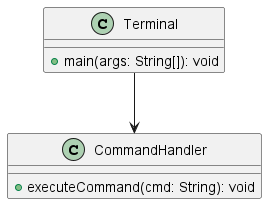
Before: docs/uml/diagrama.png, a diagram exported from PlantUML (nashnaeu/projeto-terminal-java).
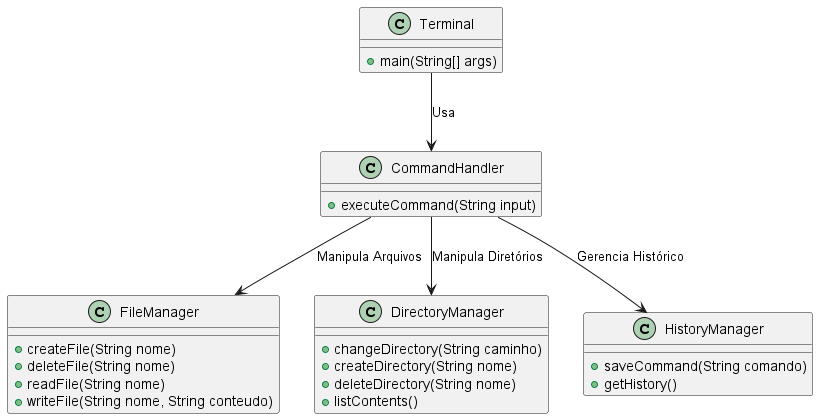
Above is the later version.

Commit message:
Att. README.md<Diagrama De Classe Final.1>

What changed in the source:
```diff
@@ -1,11 +1,34 @@
 @startuml diagrama
 class Terminal {
-    +main(args: String[]): void
+    +main(String[] args)
 }
 
 class CommandHandler {
-    +executeCommand(cmd: String): void
+    +executeCommand(String input)
 }
 
-Terminal --> CommandHandler
+class FileManager {
+    +createFile(String nome)
+    +deleteFile(String nome)
+    +readFile(String nome)
+    +writeFile(String nome, String conteudo)
+}
+
+class DirectoryManager {
+    +changeDirectory(String caminho)
+    +createDirectory(String nome)
+    +deleteDirectory(String nome)
+    +listContents()
+}
+
+class HistoryManager {
+    +saveCommand(String comando)
+    +getHistory()
+}
+
+Terminal --> CommandHandler : "Usa"
+CommandHandler --> FileManager : "Manipula Arquivos"
+CommandHandler --> DirectoryManager : "Manipula Diretórios"
+CommandHandler --> HistoryManager : "Gerencia Histórico"
+
 @enduml
```
